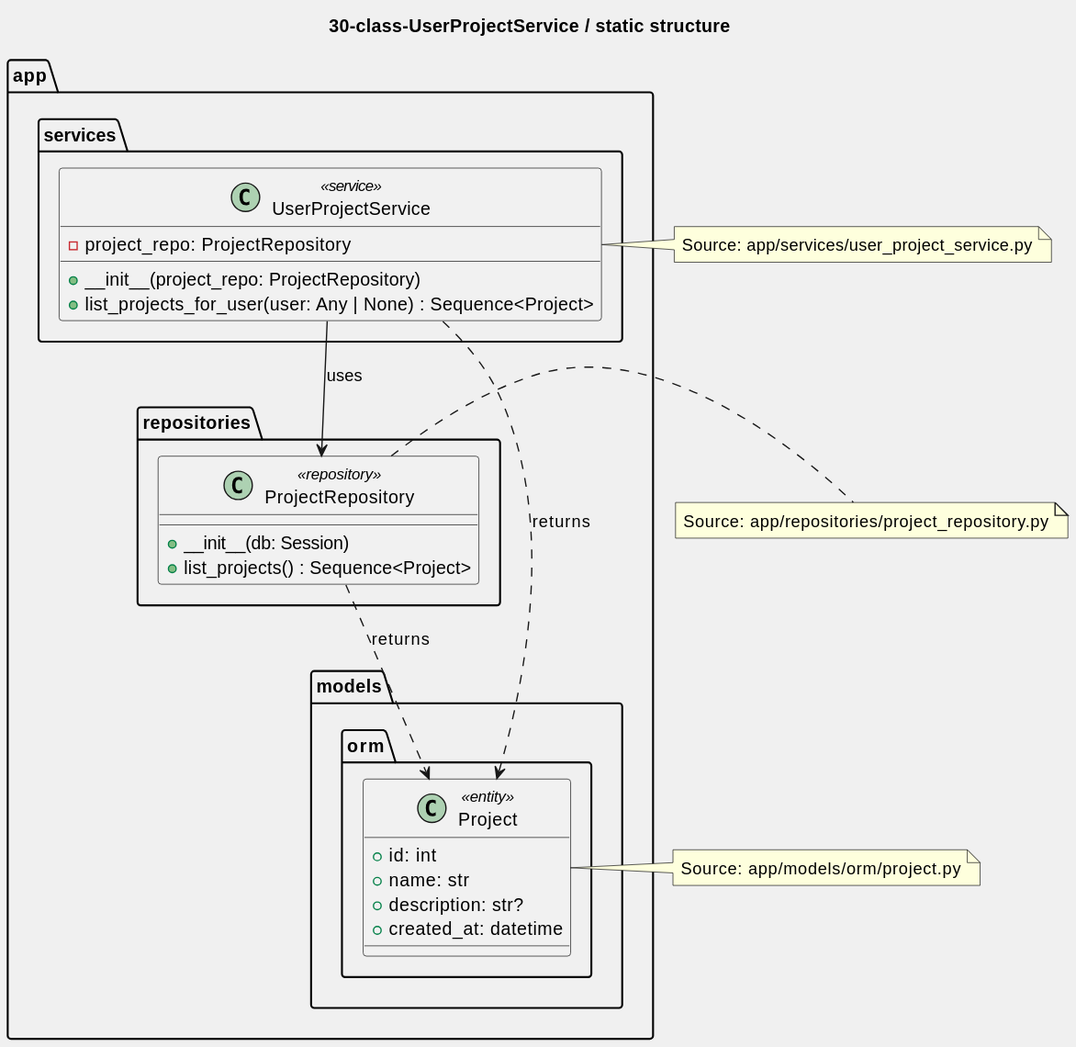
Earlier version of the PlantUML export architecture/30-class-UserProjectService.svg (lukasijus/mlv1sion).
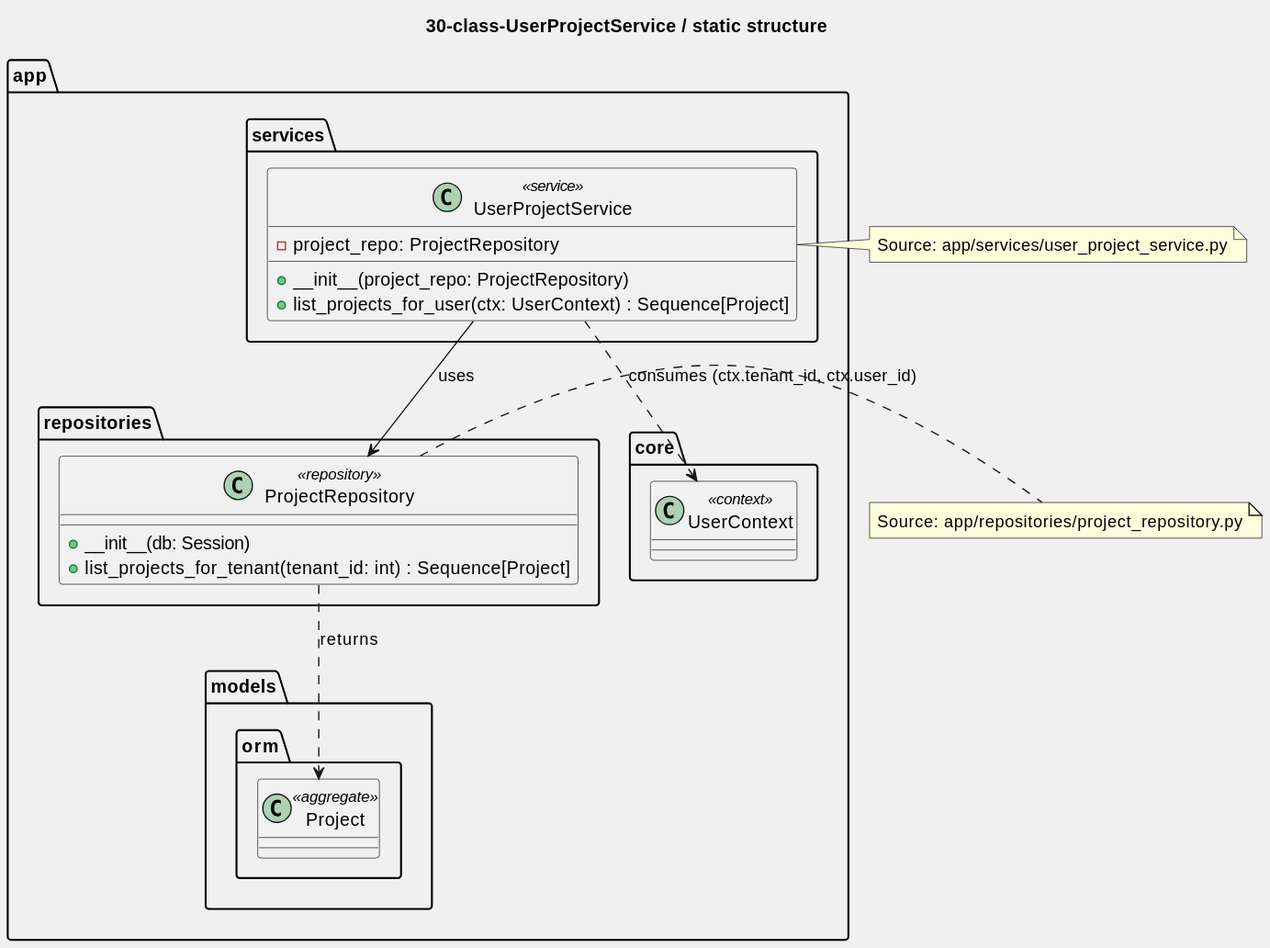
Later version of the same file.

The edit, as a diff of the source:
```diff
@@ -6,28 +6,27 @@
   class UserProjectService <<service>> {
     - project_repo: ProjectRepository
     + __init__(project_repo: ProjectRepository)
-    + list_projects_for_user(user: Any | None) : Sequence<Project>
+    + list_projects_for_user(ctx: UserContext) : Sequence[Project]
   }
 }
 
 package "app.repositories" {
   class ProjectRepository <<repository>> {
     + __init__(db: Session)
-    + list_projects() : Sequence<Project>
+    + list_projects_for_tenant(tenant_id: int) : Sequence[Project]
   }
 }
 
+package "app.core" {
+  class UserContext <<context>>
+}
+
 package "app.models.orm" {
-  class Project <<entity>> {
-    + id: int
-    + name: str
-    + description: str?
-    + created_at: datetime
-  }
+  class Project <<aggregate>>
 }
 
 UserProjectService --> ProjectRepository : uses
-UserProjectService ..> Project : returns
+UserProjectService ..> UserContext : consumes (ctx.tenant_id, ctx.user_id)
 ProjectRepository ..> Project : returns
 
 note right of UserProjectService
@@ -37,8 +36,4 @@
 note right of ProjectRepository
 Source: app/repositories/project_repository.py
 end note
-
-note right of Project
-Source: app/models/orm/project.py
-end note
 @enduml
```
